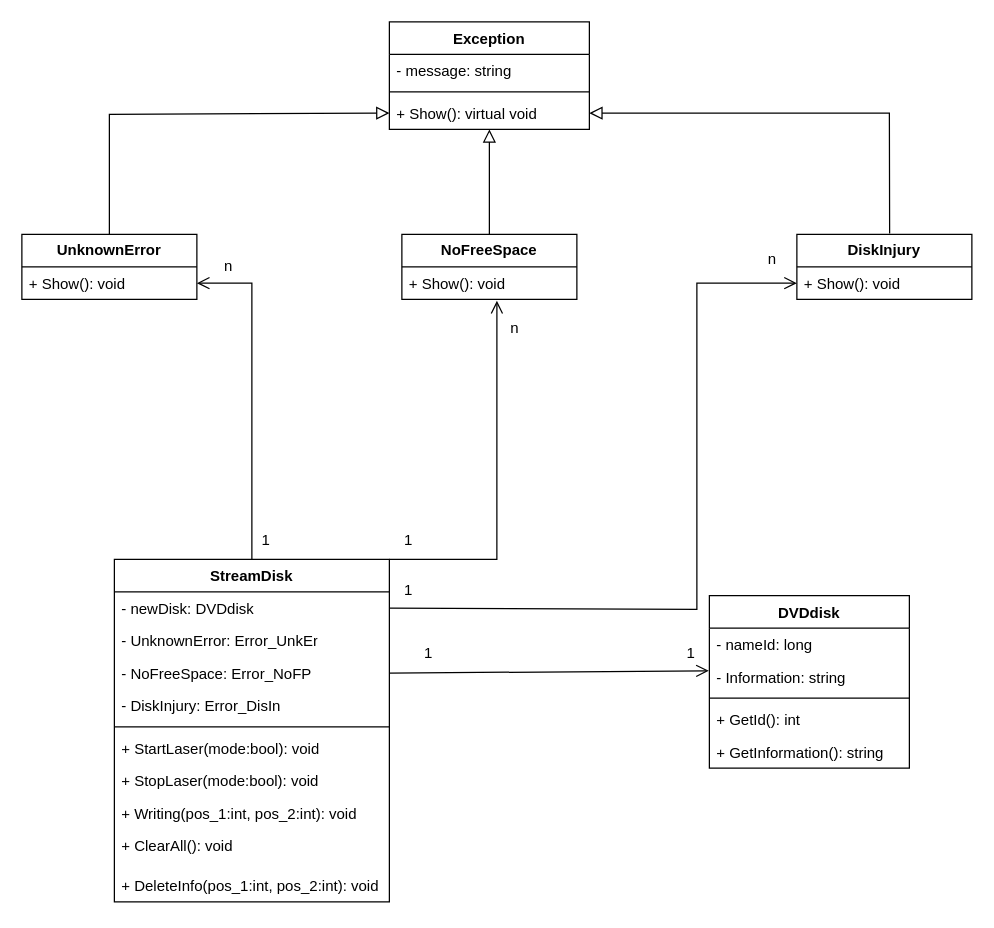
Earlier version of the draw.io diagram Diagram class 1.drawio (VyugaSW/Diagrams_1). Source tidied: cells renumbered, new cells numbered last; positions are measured from the earlier drawing's top-left corner, leaving out a move shared by most shapes. Both pictures are drawn from the tidied source at 125%, with x=0, y=0 at pixel (21, 21).
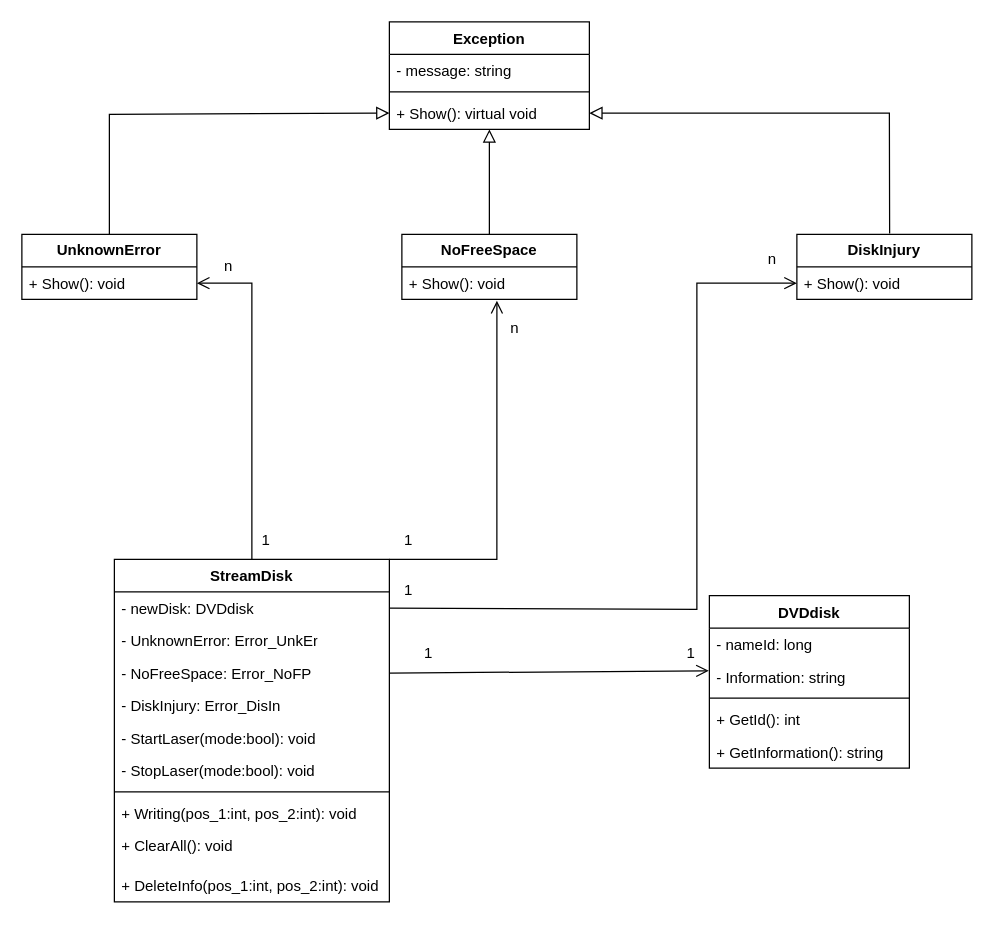
Above is the later version.

The change refers to these unchanged cells:
```xml
<mxCell id="8" value="StreamDisk" style="swimlane;fontStyle=1;align=center;verticalAlign=top;horizontal=1;startSize=26;whiteSpace=wrap;html=1;" parent="1" vertex="1">
  <mxGeometry x="74" y="430" width="220" height="274" as="geometry" />
</mxCell>
```

What changed in the source:
```diff
@@
-    <mxCell id="13" style="line;strokeWidth=1;fillColor=none;align=left;verticalAlign=middle;spacingTop=-1;spacingLeft=3;spacingRight=3;labelPosition=right;strokeColor=inherit;" parent="8" vertex="1">
-      <mxGeometry y="130" width="220" height="8" as="geometry" />
-    </mxCell>
-    <mxCell id="14" value="+ StartLaser(mode:bool): void" style="text;strokeColor=none;fillColor=none;align=left;verticalAlign=top;spacingLeft=4;spacingRight=4;overflow=hidden;whiteSpace=wrap;html=1;" parent="8" vertex="1">
-      <mxGeometry y="138" width="220" height="26" as="geometry" />
+    <mxCell id="14" value="- StartLaser(mode:bool): void" style="text;strokeColor=none;fillColor=none;align=left;verticalAlign=top;spacingLeft=4;spacingRight=4;overflow=hidden;whiteSpace=wrap;html=1;" parent="8" vertex="1">
+      <mxGeometry y="130" width="220" height="26" as="geometry" />
     </mxCell>
-    <mxCell id="15" value="+ StopLaser(mode:bool): void" style="text;strokeColor=none;fillColor=none;align=left;verticalAlign=top;spacingLeft=4;spacingRight=4;overflow=hidden;whiteSpace=wrap;html=1;" parent="8" vertex="1">
-      <mxGeometry y="164" width="220" height="26" as="geometry" />
+    <mxCell id="15" value="- StopLaser(mode:bool): void" style="text;strokeColor=none;fillColor=none;align=left;verticalAlign=top;spacingLeft=4;spacingRight=4;overflow=hidden;whiteSpace=wrap;html=1;" parent="8" vertex="1">
+      <mxGeometry y="156" width="220" height="26" as="geometry" />
     </mxCell>
+    <mxCell id="13" style="line;strokeWidth=1;fillColor=none;align=left;verticalAlign=middle;spacingTop=-1;spacingLeft=3;spacingRight=3;labelPosition=right;strokeColor=inherit;" parent="8" vertex="1">
+      <mxGeometry y="182" width="220" height="8" as="geometry" />
+    </mxCell>
```
